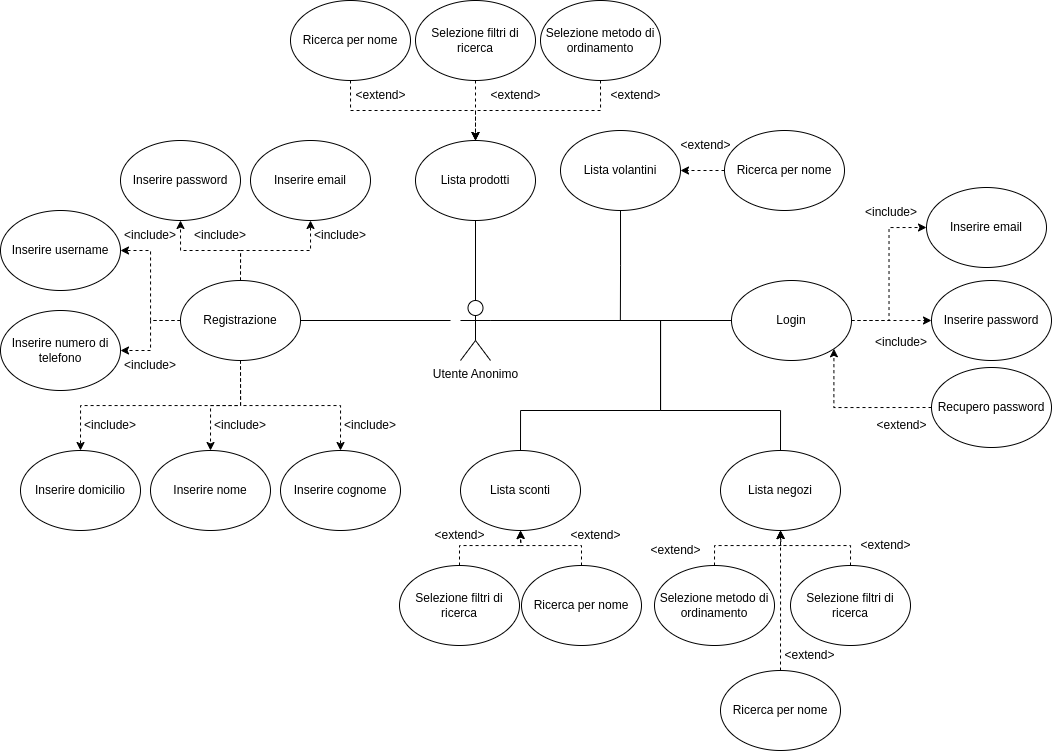
Earlier version of the draw.io export UML/UCD_utente_anonimo.png (G15-UniTN/iSpesa). Source tidied: cells renumbered, new cells last; positions are measured from the earlier drawing's top-left corner, leaving out a move shared by most shapes.
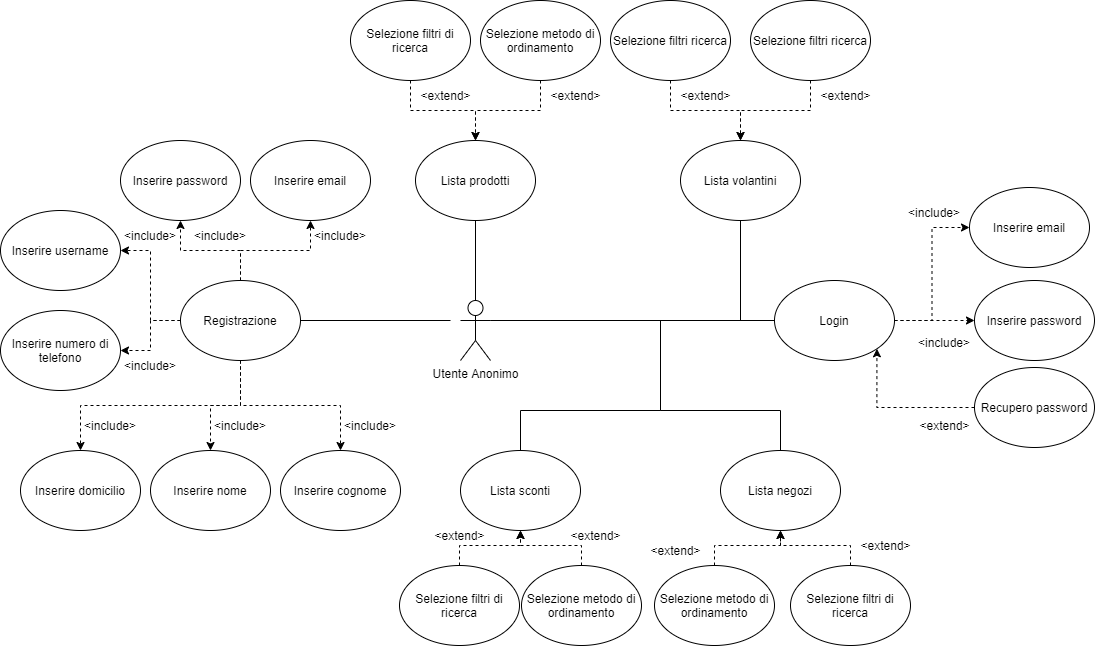
After the change.

Change to the diagram source:
```diff
@@ -12,19 +12,19 @@
       <mxGeometry relative="1" as="geometry" />
     </mxCell>
     <mxCell id="5" value="Login" style="ellipse;whiteSpace=wrap;html=1;" parent="1" vertex="1">
-      <mxGeometry x="731" y="280" width="120" height="80" as="geometry" />
+      <mxGeometry x="774" y="280" width="120" height="80" as="geometry" />
     </mxCell>
     <mxCell id="6" value="Inserire email" style="ellipse;whiteSpace=wrap;html=1;" parent="1" vertex="1">
-      <mxGeometry x="926" y="187" width="120" height="80" as="geometry" />
+      <mxGeometry x="969" y="187" width="120" height="80" as="geometry" />
     </mxCell>
     <mxCell id="7" value="Inserire password" style="ellipse;whiteSpace=wrap;html=1;" parent="1" vertex="1">
-      <mxGeometry x="931" y="280" width="120" height="80" as="geometry" />
+      <mxGeometry x="974" y="280" width="120" height="80" as="geometry" />
     </mxCell>
     <mxCell id="8" value="&amp;lt;include&amp;gt;" style="text;html=1;strokeColor=none;fillColor=none;align=center;verticalAlign=middle;whiteSpace=wrap;rounded=0;" parent="1" vertex="1">
-      <mxGeometry x="861" y="197" width="60" height="30" as="geometry" />
+      <mxGeometry x="904" y="197" width="60" height="30" as="geometry" />
     </mxCell>
     <mxCell id="9" value="&amp;lt;include&amp;gt;" style="text;html=1;strokeColor=none;fillColor=none;align=center;verticalAlign=middle;whiteSpace=wrap;rounded=0;" parent="1" vertex="1">
-      <mxGeometry x="871" y="327" width="60" height="30" as="geometry" />
+      <mxGeometry x="914" y="327" width="60" height="30" as="geometry" />
     </mxCell>
     <mxCell id="10" style="endArrow=none;html=1;rounded=0;entryX=0;entryY=0.5;entryDx=0;entryDy=0;" parent="1" edge="1" target="5">
       <mxGeometry relative="1" as="geometry">
@@ -35,10 +35,10 @@
       <mxGeometry relative="1" as="geometry" />
     </mxCell>
     <mxCell id="12" value="Recupero password" style="ellipse;whiteSpace=wrap;html=1;" parent="1" vertex="1">
-      <mxGeometry x="931" y="367" width="120" height="80" as="geometry" />
+      <mxGeometry x="974" y="367" width="120" height="80" as="geometry" />
     </mxCell>
     <mxCell id="13" value="&amp;lt;extend&amp;gt;" style="text;html=1;align=center;verticalAlign=middle;strokeColor=none;fillColor=none;" parent="1" vertex="1">
-      <mxGeometry x="866" y="410" width="70" height="30" as="geometry" />
+      <mxGeometry x="909" y="410" width="70" height="30" as="geometry" />
     </mxCell>
     <mxCell id="14" value="Lista prodotti" style="ellipse;whiteSpace=wrap;html=1;" parent="1" vertex="1">
       <mxGeometry x="415" y="140" width="120" height="80" as="geometry" />
@@ -147,37 +147,28 @@
     <mxCell id="42" value="&amp;lt;include&amp;gt;" style="text;html=1;strokeColor=none;fillColor=none;align=center;verticalAlign=middle;whiteSpace=wrap;rounded=0;" parent="1" vertex="1">
       <mxGeometry x="340" y="410" width="60" height="30" as="geometry" />
     </mxCell>
-    <mxCell id="43" style="edgeStyle=orthogonalEdgeStyle;rounded=0;jettySize=auto;html=1;exitX=0.5;exitY=1;exitDx=0;exitDy=0;dashed=1;" parent="1" edge="1" source="44" target="14">
-      <mxGeometry relative="1" as="geometry" />
-    </mxCell>
-    <mxCell id="44" value="Ricerca per nome" style="ellipse;whiteSpace=wrap;html=1;" parent="1" vertex="1">
-      <mxGeometry x="290" width="120" height="80" as="geometry" />
-    </mxCell>
     <mxCell id="45" style="edgeStyle=orthogonalEdgeStyle;rounded=0;jettySize=auto;html=1;exitX=0.5;exitY=1;exitDx=0;exitDy=0;dashed=1;" parent="1" edge="1" source="46" target="14">
       <mxGeometry relative="1" as="geometry" />
     </mxCell>
     <mxCell id="46" value="Selezione filtri di ricerca" style="ellipse;whiteSpace=wrap;html=1;" parent="1" vertex="1">
-      <mxGeometry x="415" width="120" height="80" as="geometry" />
+      <mxGeometry x="350" width="120" height="80" as="geometry" />
     </mxCell>
     <mxCell id="47" style="edgeStyle=orthogonalEdgeStyle;rounded=0;jettySize=auto;html=1;exitX=0.5;exitY=1;exitDx=0;exitDy=0;entryX=0.5;entryY=0;entryDx=0;entryDy=0;dashed=1;" parent="1" edge="1" source="48" target="14">
       <mxGeometry relative="1" as="geometry" />
     </mxCell>
     <mxCell id="48" value="Selezione metodo di ordinamento" style="ellipse;whiteSpace=wrap;html=1;" parent="1" vertex="1">
-      <mxGeometry x="540" width="120" height="80" as="geometry" />
+      <mxGeometry x="480" width="120" height="80" as="geometry" />
     </mxCell>
     <mxCell id="49" value="&amp;lt;extend&amp;gt;" style="text;html=1;align=center;verticalAlign=middle;strokeColor=none;fillColor=none;" parent="1" vertex="1">
-      <mxGeometry x="600" y="80" width="70" height="30" as="geometry" />
+      <mxGeometry x="540" y="80" width="70" height="30" as="geometry" />
     </mxCell>
     <mxCell id="50" value="&amp;lt;extend&amp;gt;" style="text;html=1;align=center;verticalAlign=middle;strokeColor=none;fillColor=none;" parent="1" vertex="1">
-      <mxGeometry x="480" y="80" width="70" height="30" as="geometry" />
+      <mxGeometry x="410" y="80" width="70" height="30" as="geometry" />
     </mxCell>
-    <mxCell id="51" value="&amp;lt;extend&amp;gt;" style="text;html=1;align=center;verticalAlign=middle;strokeColor=none;fillColor=none;" parent="1" vertex="1">
-      <mxGeometry x="345" y="80" width="70" height="30" as="geometry" />
-    </mxCell>
     <mxCell id="52" style="edgeStyle=orthogonalEdgeStyle;rounded=0;jettySize=auto;html=1;exitX=0.5;exitY=0;exitDx=0;exitDy=0;entryX=0.5;entryY=1;entryDx=0;entryDy=0;dashed=1;" parent="1" edge="1" source="53" target="16">
       <mxGeometry relative="1" as="geometry" />
     </mxCell>
-    <mxCell id="53" value="Ricerca per nome" style="ellipse;whiteSpace=wrap;html=1;" parent="1" vertex="1">
+    <mxCell id="53" value="Selezione metodo di ordinamento" style="ellipse;whiteSpace=wrap;html=1;" parent="1" vertex="1">
       <mxGeometry x="521" y="565" width="120" height="80" as="geometry" />
     </mxCell>
     <mxCell id="54" style="edgeStyle=orthogonalEdgeStyle;rounded=0;jettySize=auto;html=1;exitX=0.5;exitY=0;exitDx=0;exitDy=0;dashed=1;" parent="1" edge="1" source="55">
@@ -194,17 +185,6 @@
     <mxCell id="57" value="Selezione filtri di ricerca" style="ellipse;whiteSpace=wrap;html=1;" parent="1" vertex="1">
       <mxGeometry x="790" y="565" width="120" height="80" as="geometry" />
     </mxCell>
-    <mxCell id="58" style="edgeStyle=orthogonalEdgeStyle;rounded=0;jettySize=auto;html=1;exitX=0.5;exitY=0;exitDx=0;exitDy=0;dashed=1;" parent="1" edge="1" source="59">
-      <mxGeometry relative="1" as="geometry">
-        <mxPoint x="780" y="530" as="targetPoint" />
-      </mxGeometry>
-    </mxCell>
-    <mxCell id="59" value="Ricerca per nome" style="ellipse;whiteSpace=wrap;html=1;" parent="1" vertex="1">
-      <mxGeometry x="720" y="670" width="120" height="80" as="geometry" />
-    </mxCell>
-    <mxCell id="60" value="&amp;lt;extend&amp;gt;" style="text;html=1;align=center;verticalAlign=middle;strokeColor=none;fillColor=none;" parent="1" vertex="1">
-      <mxGeometry x="774" y="640" width="70" height="30" as="geometry" />
-    </mxCell>
     <mxCell id="61" value="&amp;lt;extend&amp;gt;" style="text;html=1;align=center;verticalAlign=middle;strokeColor=none;fillColor=none;" parent="1" vertex="1">
       <mxGeometry x="850" y="530" width="70" height="30" as="geometry" />
     </mxCell>
@@ -228,19 +208,31 @@
     <mxCell id="67" style="edgeStyle=orthogonalEdgeStyle;rounded=0;jettySize=auto;html=1;exitX=0.5;exitY=1;exitDx=0;exitDy=0;endArrow=none;endFill=0;" parent="1" edge="1" source="68">
       <mxGeometry relative="1" as="geometry">
         <mxPoint x="619.9" y="320" as="targetPoint" />
+        <Array as="points">
+          <mxPoint x="740" y="320" />
+        </Array>
       </mxGeometry>
     </mxCell>
     <mxCell id="68" value="Lista volantini" style="ellipse;whiteSpace=wrap;html=1;" parent="1" vertex="1">
-      <mxGeometry x="560" y="130" width="120" height="80" as="geometry" />
+      <mxGeometry x="680" y="140" width="120" height="80" as="geometry" />
     </mxCell>
-    <mxCell id="69" style="edgeStyle=orthogonalEdgeStyle;rounded=0;jettySize=auto;html=1;exitX=0;exitY=0.5;exitDx=0;exitDy=0;entryX=1;entryY=0.5;entryDx=0;entryDy=0;dashed=1;" parent="1" edge="1" source="70" target="68">
+    <mxCell id="69" style="edgeStyle=orthogonalEdgeStyle;rounded=0;jettySize=auto;html=1;exitX=0.5;exitY=1;exitDx=0;exitDy=0;entryX=0.5;entryY=0;entryDx=0;entryDy=0;dashed=1;" parent="1" edge="1" source="70" target="68">
       <mxGeometry relative="1" as="geometry" />
     </mxCell>
-    <mxCell id="70" value="Ricerca per nome" style="ellipse;whiteSpace=wrap;html=1;" parent="1" vertex="1">
-      <mxGeometry x="724" y="130" width="120" height="80" as="geometry" />
+    <mxCell id="70" value="Selezione filtri ricerca" style="ellipse;whiteSpace=wrap;html=1;" parent="1" vertex="1">
+      <mxGeometry x="750" width="120" height="80" as="geometry" />
     </mxCell>
     <mxCell id="71" value="&amp;lt;extend&amp;gt;" style="text;html=1;align=center;verticalAlign=middle;strokeColor=none;fillColor=none;" parent="1" vertex="1">
-      <mxGeometry x="670" y="130" width="70" height="30" as="geometry" />
+      <mxGeometry x="670" y="80" width="70" height="30" as="geometry" />
     </mxCell>
+    <mxCell id="72" style="edgeStyle=orthogonalEdgeStyle;rounded=0;jettySize=auto;html=1;exitX=0.5;exitY=1;exitDx=0;exitDy=0;dashed=1;" parent="1" edge="1" source="73" target="68">
+      <mxGeometry relative="1" as="geometry" />
+    </mxCell>
+    <mxCell id="73" value="Selezione filtri ricerca" style="ellipse;whiteSpace=wrap;html=1;" parent="1" vertex="1">
+      <mxGeometry x="610" width="120" height="80" as="geometry" />
+    </mxCell>
+    <mxCell id="74" value="&amp;lt;extend&amp;gt;" style="text;html=1;align=center;verticalAlign=middle;strokeColor=none;fillColor=none;" parent="1" vertex="1">
+      <mxGeometry x="810" y="80" width="70" height="30" as="geometry" />
+    </mxCell>
   </root>
 </mxGraphModel>
```
